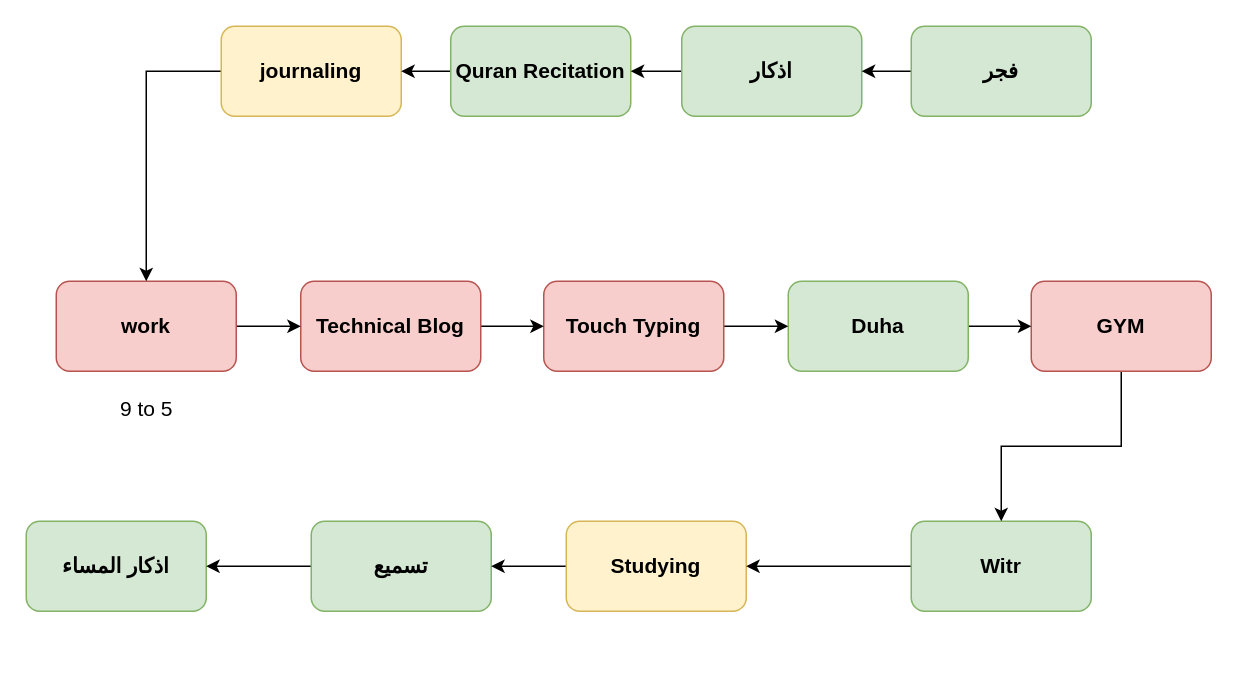
Above: daily_routine.drawio in tarikwaleed/diagrams (draw.io), before the change. Source tidied: cells renumbered, new cells numbered last; positions are measured from the earlier drawing's top-left corner, leaving out a move shared by most shapes. Both pictures are drawn from the tidied source at 150%, with x=0, y=0 at pixel (26, 26).
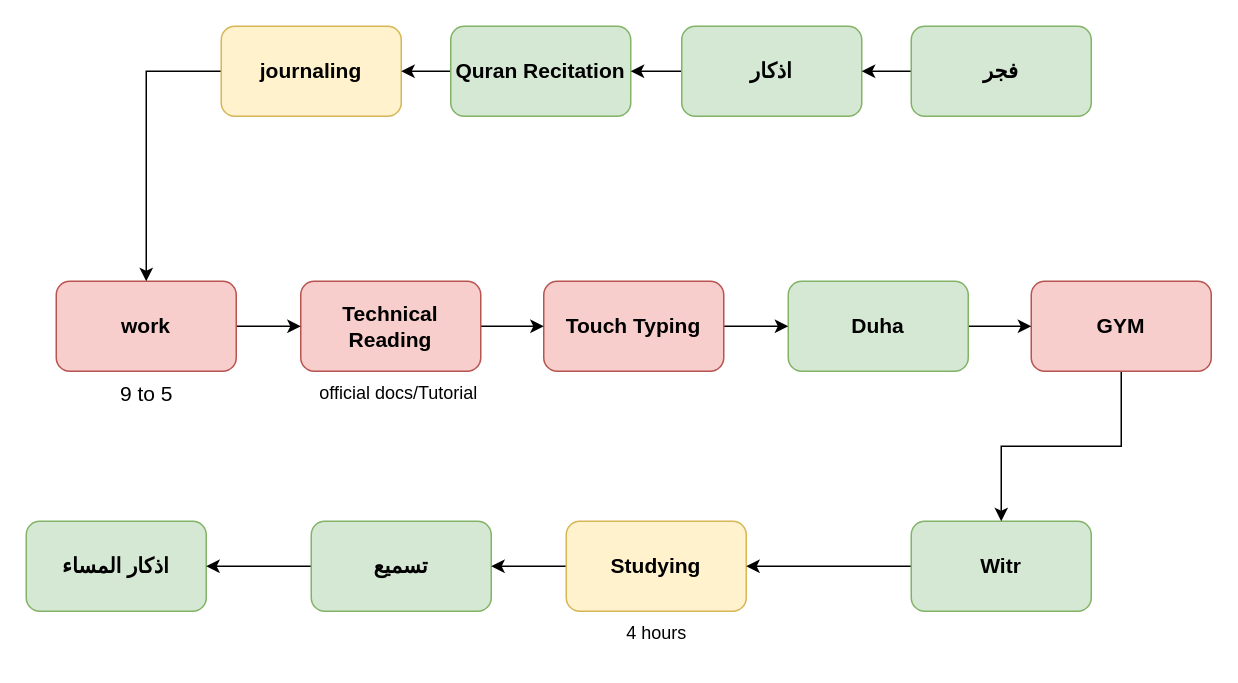
Above is the later version.

What changed in the source:
```diff
@@
-    <mxCell id="16" value="Technical Blog" style="rounded=1;whiteSpace=wrap;html=1;fontSize=14;fontStyle=1;fillColor=#f8cecc;strokeColor=#b85450;" parent="1" vertex="1">
+    <mxCell id="16" value="Technical Reading" style="rounded=1;whiteSpace=wrap;html=1;fontSize=14;fontStyle=1;fillColor=#f8cecc;strokeColor=#b85450;" parent="1" vertex="1">
       <mxGeometry x="183" y="170" width="120" height="60" as="geometry" />
     </mxCell>
@@
     <mxCell id="27" value="&lt;font style=&quot;font-size: 14px;&quot;&gt;9 to 5&lt;/font&gt;" style="text;html=1;align=center;verticalAlign=middle;strokeColor=none;fillColor=none;" parent="1" vertex="1">
-      <mxGeometry x="50" y="240" width="60" height="30" as="geometry" />
+      <mxGeometry x="50" y="230" width="60" height="30" as="geometry" />
     </mxCell>
+    <mxCell id="28" value="4 hours" style="text;html=1;align=center;verticalAlign=middle;strokeColor=none;fillColor=none;" parent="1" vertex="1">
+      <mxGeometry x="390" y="390" width="60" height="30" as="geometry" />
+    </mxCell>
+    <mxCell id="29" value="official docs/Tutorial" style="text;html=1;align=center;verticalAlign=middle;strokeColor=none;fillColor=none;" parent="1" vertex="1">
+      <mxGeometry x="183" y="230" width="130" height="30" as="geometry" />
+    </mxCell>
```
